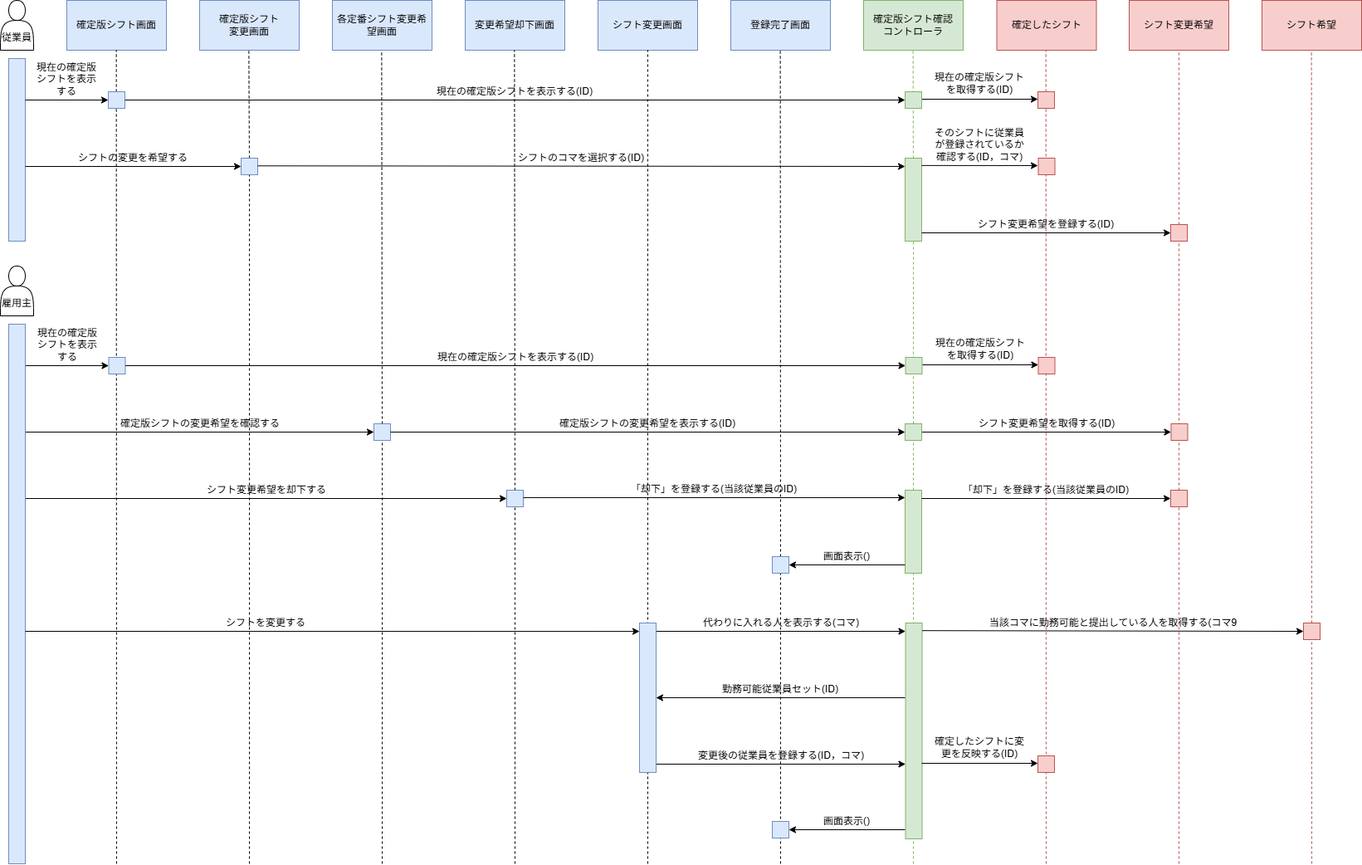
rei00125/data_structure keeps this draw.io diagram as week4/usecase05_sequence.png. Above is the earlier version. Source tidied: cells renumbered, new cells last; positions are measured from the earlier drawing's top-left corner, leaving out a move shared by most shapes.
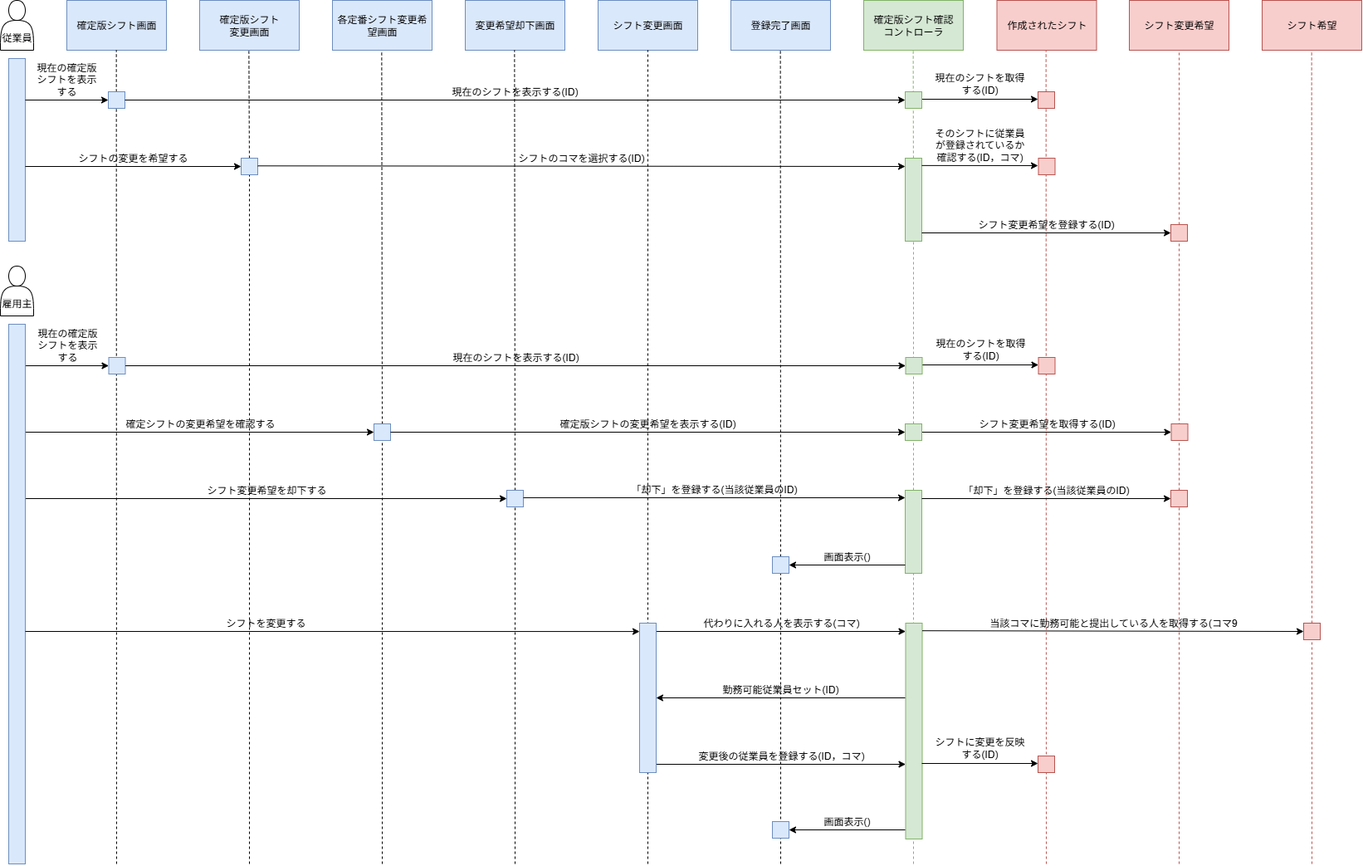
The same diagram one commit later.

The edit, as a diff of the source:
```diff
@@ -23,7 +23,7 @@
     <mxCell id="8" value="確定版シフト確認&lt;br&gt;コントローラ" style="rounded=0;whiteSpace=wrap;html=1;fillColor=#d5e8d4;strokeColor=#82b366;" parent="1" vertex="1">
       <mxGeometry x="1040" width="120" height="60" as="geometry" />
     </mxCell>
-    <mxCell id="9" value="確定したシフト" style="rounded=0;whiteSpace=wrap;html=1;fillColor=#f8cecc;strokeColor=#b85450;" parent="1" vertex="1">
+    <mxCell id="9" value="作成されたシフト" style="rounded=0;whiteSpace=wrap;html=1;fillColor=#f8cecc;strokeColor=#b85450;" parent="1" vertex="1">
       <mxGeometry x="1200.5" width="120" height="60" as="geometry" />
     </mxCell>
     <mxCell id="10" value="シフト変更希望" style="rounded=0;whiteSpace=wrap;html=1;fillColor=#f8cecc;strokeColor=#b85450;" parent="1" vertex="1">
@@ -111,7 +111,7 @@
         <mxPoint x="1090" y="120" as="targetPoint" />
       </mxGeometry>
     </mxCell>
-    <mxCell id="29" value="現在の確定版シフトを表示する(ID)" style="text;html=1;align=center;verticalAlign=middle;whiteSpace=wrap;rounded=0;" parent="1" vertex="1">
+    <mxCell id="29" value="現在のシフトを表示する(ID)" style="text;html=1;align=center;verticalAlign=middle;whiteSpace=wrap;rounded=0;" parent="1" vertex="1">
       <mxGeometry x="160" y="100" width="920" height="20" as="geometry" />
     </mxCell>
     <mxCell id="30" style="endArrow=classic;html=1;rounded=0;" parent="1" edge="1">
@@ -120,7 +120,7 @@
         <mxPoint x="1250" y="119" as="targetPoint" />
       </mxGeometry>
     </mxCell>
-    <mxCell id="31" value="現在の確定版シフトを取得&lt;span style=&quot;background-color: transparent; color: light-dark(rgb(0, 0, 0), rgb(255, 255, 255));&quot;&gt;する(ID)&lt;/span&gt;" style="text;html=1;align=center;verticalAlign=middle;whiteSpace=wrap;rounded=0;" parent="1" vertex="1">
+    <mxCell id="31" value="現在のシフトを取得&lt;span style=&quot;background-color: transparent; color: light-dark(rgb(0, 0, 0), rgb(255, 255, 255));&quot;&gt;する(ID)&lt;/span&gt;" style="text;html=1;align=center;verticalAlign=middle;whiteSpace=wrap;rounded=0;" parent="1" vertex="1">
       <mxGeometry x="1120" y="80" width="120" height="39" as="geometry" />
     </mxCell>
     <mxCell id="32" style="rounded=0;whiteSpace=wrap;html=1;fillColor=#d5e8d4;strokeColor=#82b366;" parent="1" vertex="1">
@@ -210,7 +210,7 @@
         <mxPoint x="1090.5" y="440" as="targetPoint" />
       </mxGeometry>
     </mxCell>
-    <mxCell id="54" value="現在の確定版シフトを表示する(ID)" style="text;html=1;align=center;verticalAlign=middle;whiteSpace=wrap;rounded=0;" parent="1" vertex="1">
+    <mxCell id="54" value="現在のシフトを表示する(ID)" style="text;html=1;align=center;verticalAlign=middle;whiteSpace=wrap;rounded=0;" parent="1" vertex="1">
       <mxGeometry x="160.5" y="420" width="920" height="20" as="geometry" />
     </mxCell>
     <mxCell id="55" style="endArrow=classic;html=1;rounded=0;" parent="1" edge="1">
@@ -219,7 +219,7 @@
         <mxPoint x="1250.5" y="439" as="targetPoint" />
       </mxGeometry>
     </mxCell>
-    <mxCell id="56" value="現在の確定版シフトを取得&lt;span style=&quot;background-color: transparent; color: light-dark(rgb(0, 0, 0), rgb(255, 255, 255));&quot;&gt;する(ID)&lt;/span&gt;" style="text;html=1;align=center;verticalAlign=middle;whiteSpace=wrap;rounded=0;" parent="1" vertex="1">
+    <mxCell id="56" value="現在のシフトを取得&lt;span style=&quot;background-color: transparent; color: light-dark(rgb(0, 0, 0), rgb(255, 255, 255));&quot;&gt;する(ID)&lt;/span&gt;" style="text;html=1;align=center;verticalAlign=middle;whiteSpace=wrap;rounded=0;" parent="1" vertex="1">
       <mxGeometry x="1120.5" y="400" width="120" height="39" as="geometry" />
     </mxCell>
     <mxCell id="57" style="rounded=0;whiteSpace=wrap;html=1;fillColor=#d5e8d4;strokeColor=#82b366;" parent="1" vertex="1">
@@ -234,7 +234,7 @@
         <mxPoint x="450" y="520" as="targetPoint" />
       </mxGeometry>
     </mxCell>
-    <mxCell id="60" value="確定版シフトの変更希望を確認する" style="text;html=1;align=center;verticalAlign=middle;whiteSpace=wrap;rounded=0;" parent="1" vertex="1">
+    <mxCell id="60" value="確定シフトの変更希望を確認する" style="text;html=1;align=center;verticalAlign=middle;whiteSpace=wrap;rounded=0;" parent="1" vertex="1">
       <mxGeometry x="40.5" y="500" width="399.5" height="20" as="geometry" />
     </mxCell>
     <mxCell id="61" style="endArrow=none;dashed=1;html=1;rounded=0;" parent="1" edge="1" target="62">
@@ -408,7 +408,7 @@
         <mxPoint x="1250" y="919" as="targetPoint" />
       </mxGeometry>
     </mxCell>
-    <mxCell id="103" value="&lt;span style=&quot;background-color: transparent; color: light-dark(rgb(0, 0, 0), rgb(255, 255, 255));&quot;&gt;確定したシフトに変更を反映する(ID)&lt;/span&gt;" style="text;html=1;align=center;verticalAlign=middle;whiteSpace=wrap;rounded=0;" parent="1" vertex="1">
+    <mxCell id="103" value="&lt;span style=&quot;background-color: transparent; color: light-dark(rgb(0, 0, 0), rgb(255, 255, 255));&quot;&gt;シフトに変更を反映する(ID)&lt;/span&gt;" style="text;html=1;align=center;verticalAlign=middle;whiteSpace=wrap;rounded=0;" parent="1" vertex="1">
       <mxGeometry x="1120" y="880" width="120" height="39" as="geometry" />
     </mxCell>
     <mxCell id="104" style="rounded=0;whiteSpace=wrap;html=1;fillColor=#f8cecc;strokeColor=#b85450;" parent="1" vertex="1">
```
